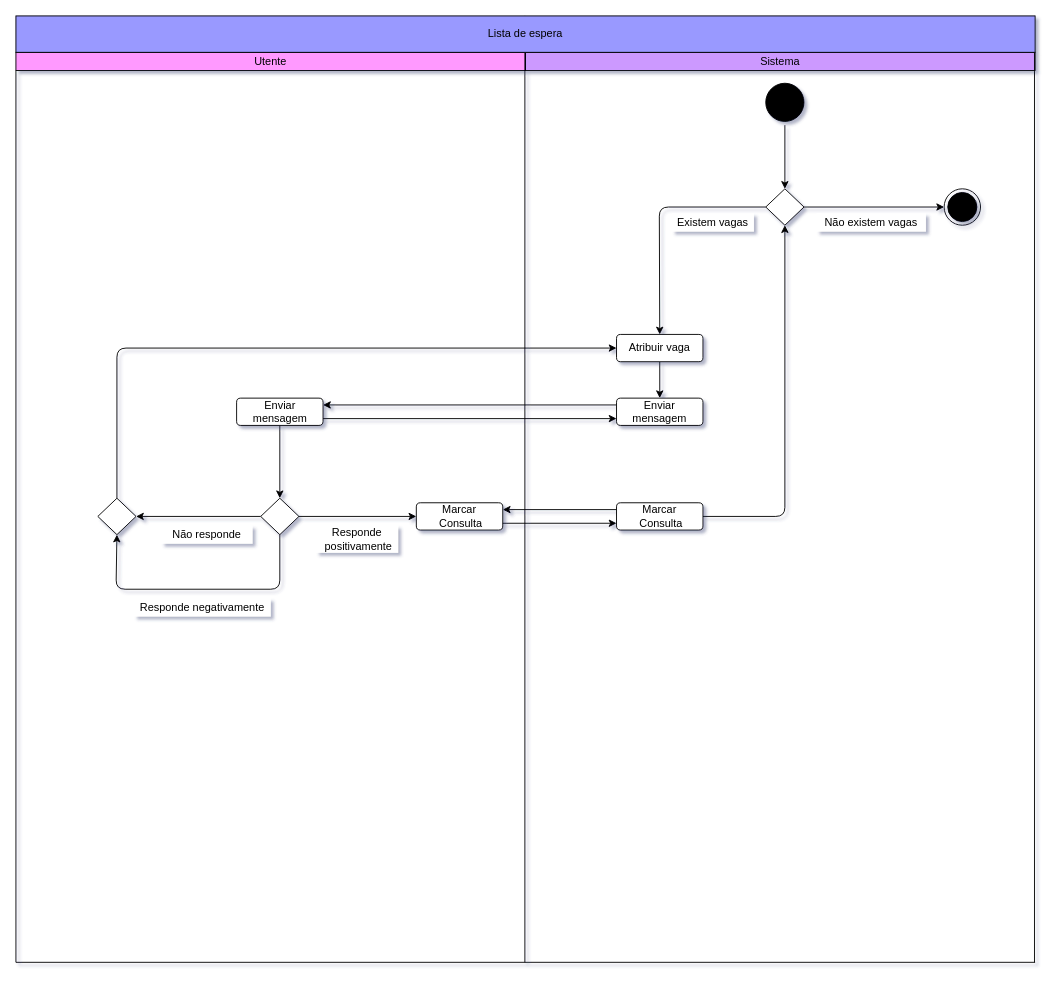
The draw.io diagram Diagrama de Atividades - Lista de espera.drawio in getSierralta/Si-Centro-Hospitalar-Upskill, before the edit. Source tidied: cells renumbered, new cells numbered last; positions are measured from the earlier drawing's top-left corner, leaving out a move shared by most shapes. Both pictures are drawn from the tidied source at 91%, with x=0, y=0 at pixel (15, 15).
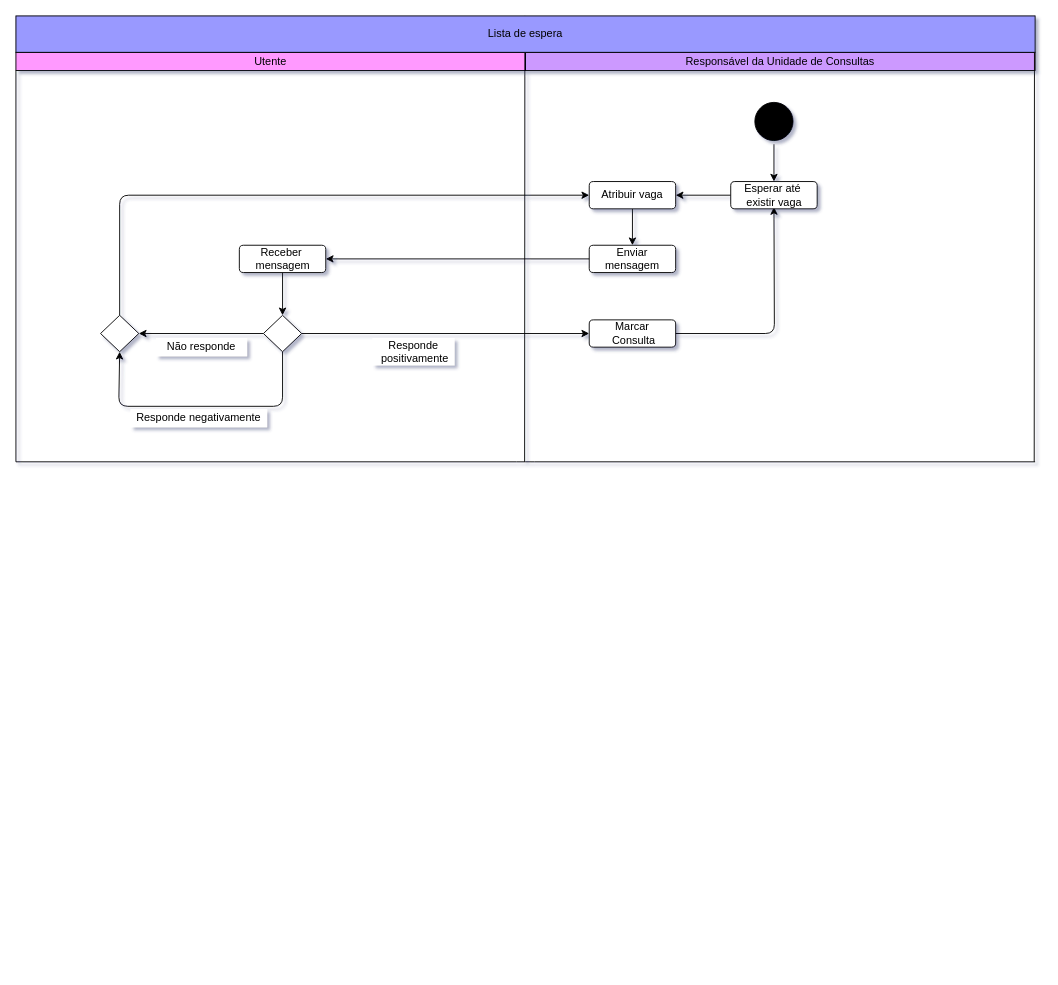
Above is the later version.

The change refers to these unchanged cells:
```xml
<mxCell id="2" value="Utente" style="rounded=0;whiteSpace=wrap;html=1;fillColor=#FF99FF;" parent="1" vertex="1">
  <mxGeometry y="40" width="560" height="20" as="geometry" />
</mxCell>
```

The edit, as a diff of the source:
```diff
@@
-    <mxCell id="3" value="Sistema" style="rounded=0;whiteSpace=wrap;html=1;fillColor=#CC99FF;" parent="1" vertex="1">
+    <mxCell id="3" value="Responsável da Unidade de Consultas " style="rounded=0;whiteSpace=wrap;html=1;fillColor=#CC99FF;" parent="1" vertex="1">
       <mxGeometry x="560" y="40" width="560" height="20" as="geometry" />
     </mxCell>
     <mxCell id="4" style="endArrow=none;html=1;entryX=0;entryY=1;entryDx=0;entryDy=0;" parent="1" edge="1">
       <mxGeometry relative="1" as="geometry">
-        <mxPoint x="1119.3" y="1040" as="sourcePoint" />
+        <mxPoint x="1119" y="490" as="sourcePoint" />
         <mxPoint x="1119.3" as="targetPoint" />
       </mxGeometry>
     </mxCell>
     <mxCell id="5" style="endArrow=none;html=1;entryX=0;entryY=1;entryDx=0;entryDy=0;" parent="1" edge="1">
       <mxGeometry relative="1" as="geometry">
-        <mxPoint x="559.3" y="1040" as="sourcePoint" />
+        <mxPoint x="559" y="490" as="sourcePoint" />
         <mxPoint x="559.3" as="targetPoint" />
       </mxGeometry>
     </mxCell>
@@
     <mxCell id="7" style="endArrow=none;html=1;" parent="1" edge="1">
       <mxGeometry relative="1" as="geometry">
-        <mxPoint y="1040" as="sourcePoint" />
-        <mxPoint x="1120" y="1040" as="targetPoint" />
+        <mxPoint y="490" as="sourcePoint" />
+        <mxPoint x="1120" y="490" as="targetPoint" />
+        <Array as="points">
+          <mxPoint x="560" y="490" />
+        </Array>
       </mxGeometry>
     </mxCell>
     <mxCell id="8" style="endArrow=none;html=1;shadow=0;strokeColor=#000000;entryX=0;entryY=1;entryDx=0;entryDy=0;" parent="1" edge="1" target="2">
       <mxGeometry relative="1" as="geometry">
-        <mxPoint y="1040" as="sourcePoint" />
+        <mxPoint y="490" as="sourcePoint" />
       </mxGeometry>
     </mxCell>
-    <mxCell id="9" style="edgeStyle=orthogonalEdgeStyle;rounded=0;jettySize=auto;html=1;" parent="1" edge="1" source="10" target="33">
+    <mxCell id="9" style="edgeStyle=orthogonalEdgeStyle;rounded=0;jettySize=auto;html=1;entryX=0.5;entryY=0;entryDx=0;entryDy=0;" parent="1" edge="1" source="10" target="39">
       <mxGeometry relative="1" as="geometry" />
     </mxCell>
     <mxCell id="10" style="ellipse;html=1;shape=startState;fillColor=#000000;" parent="1" vertex="1">
-      <mxGeometry x="820" y="70" width="50" height="50" as="geometry" />
+      <mxGeometry x="808" y="91" width="50" height="50" as="geometry" />
     </mxCell>
@@
     <mxCell id="12" value="Atribuir vaga" style="rounded=1;whiteSpace=wrap;html=1;strokeColor=#000000;fillColor=#FFFFFF;" parent="1" vertex="1">
-      <mxGeometry x="660" y="350" width="95" height="30" as="geometry" />
+      <mxGeometry x="630" y="182" width="95" height="30" as="geometry" />
     </mxCell>
     <mxCell id="13" value="Enviar mensagem" style="rounded=1;whiteSpace=wrap;html=1;strokeColor=#000000;fillColor=#FFFFFF;" parent="1" vertex="1">
-      <mxGeometry x="660" y="420" width="95" height="30" as="geometry" />
+      <mxGeometry x="630" y="252" width="95" height="30" as="geometry" />
     </mxCell>
@@
-    <mxCell id="15" value="Enviar mensagem" style="rounded=1;whiteSpace=wrap;html=1;strokeColor=#000000;fillColor=#FFFFFF;" parent="1" vertex="1">
-      <mxGeometry x="242.5" y="420" width="95" height="30" as="geometry" />
+    <mxCell id="15" value="Receber&amp;nbsp;&lt;br&gt;mensagem" style="rounded=1;whiteSpace=wrap;html=1;strokeColor=#000000;fillColor=#FFFFFF;" parent="1" vertex="1">
+      <mxGeometry x="245.5" y="252" width="95" height="30" as="geometry" />
     </mxCell>
-    <mxCell id="16" style="endArrow=classic;html=1;shadow=0;strokeColor=#000000;exitX=0;exitY=0.25;exitDx=0;exitDy=0;entryX=1;entryY=0.25;entryDx=0;entryDy=0;" parent="1" edge="1" source="13" target="15">
+    <mxCell id="16" style="endArrow=classic;html=1;shadow=0;strokeColor=#000000;exitX=0;exitY=0.5;exitDx=0;exitDy=0;entryX=1;entryY=0.5;entryDx=0;entryDy=0;" parent="1" edge="1" source="13" target="15">
       <mxGeometry relative="1" as="geometry" />
     </mxCell>
-    <mxCell id="17" style="endArrow=classic;html=1;shadow=0;strokeColor=#000000;exitX=1;exitY=0.75;exitDx=0;exitDy=0;entryX=0;entryY=0.75;entryDx=0;entryDy=0;" parent="1" edge="1" source="15" target="13">
-      <mxGeometry relative="1" as="geometry" />
-    </mxCell>
@@
-    <mxCell id="19" style="edgeStyle=orthogonalEdgeStyle;rounded=1;jettySize=auto;html=1;entryX=0;entryY=0.5;entryDx=0;entryDy=0;shadow=0;strokeColor=#000000;" parent="1" edge="1" source="20" target="26">
+    <mxCell id="19" style="edgeStyle=orthogonalEdgeStyle;rounded=1;jettySize=auto;html=1;entryX=0;entryY=0.5;entryDx=0;entryDy=0;shadow=0;strokeColor=#000000;" parent="1" edge="1" source="20" target="27">
       <mxGeometry relative="1" as="geometry" />
     </mxCell>
     <mxCell id="20" style="rhombus;whiteSpace=wrap;html=1;strokeColor=#000000;fillColor=#FFFFFF;" parent="1" vertex="1">
-      <mxGeometry x="269" y="530" width="42" height="40" as="geometry" />
+      <mxGeometry x="272" y="329" width="42" height="40" as="geometry" />
     </mxCell>
     <mxCell id="21" style="rhombus;whiteSpace=wrap;html=1;strokeColor=#000000;fillColor=#FFFFFF;" parent="1" vertex="1">
-      <mxGeometry x="90" y="530" width="42" height="40" as="geometry" />
+      <mxGeometry x="93" y="329" width="42" height="40" as="geometry" />
     </mxCell>
     <mxCell id="22" style="endArrow=classic;html=1;shadow=0;strokeColor=#000000;exitX=0.5;exitY=1;exitDx=0;exitDy=0;entryX=0.5;entryY=1;entryDx=0;entryDy=0;" parent="1" edge="1" source="20" target="21">
       <mxGeometry relative="1" as="geometry">
         <Array as="points">
-          <mxPoint x="290" y="630" />
-          <mxPoint x="110" y="630" />
+          <mxPoint x="293" y="429" />
+          <mxPoint x="113" y="429" />
         </Array>
       </mxGeometry>
     </mxCell>
     <mxCell id="23" value="Não responde" style="text;html=1;strokeColor=none;align=center;verticalAlign=middle;whiteSpace=wrap;rounded=0;fillColor=#ffffff;" parent="1" vertex="1">
-      <mxGeometry x="160" y="560" width="100" height="20" as="geometry" />
+      <mxGeometry x="154" y="354" width="100" height="20" as="geometry" />
     </mxCell>
     <mxCell id="24" value="Responde negativamente" style="text;html=1;strokeColor=none;align=center;verticalAlign=middle;whiteSpace=wrap;rounded=0;fillColor=#ffffff;" parent="1" vertex="1">
-      <mxGeometry x="130" y="640" width="150" height="20" as="geometry" />
+      <mxGeometry x="126" y="432" width="150" height="20" as="geometry" />
     </mxCell>
     <mxCell id="25" style="endArrow=classic;html=1;shadow=0;strokeColor=#000000;exitX=0.5;exitY=0;exitDx=0;exitDy=0;entryX=0;entryY=0.5;entryDx=0;entryDy=0;" parent="1" edge="1" source="21" target="12">
       <mxGeometry relative="1" as="geometry">
         <Array as="points">
-          <mxPoint x="111" y="365" />
+          <mxPoint x="114" y="197" />
         </Array>
       </mxGeometry>
     </mxCell>
-    <mxCell id="26" value="Marcar&lt;br&gt;&amp;nbsp;Consulta" style="rounded=1;whiteSpace=wrap;html=1;strokeColor=#000000;fillColor=#FFFFFF;" parent="1" vertex="1">
-      <mxGeometry x="440" y="535" width="95" height="30" as="geometry" />
-    </mxCell>
     <mxCell id="27" value="Marcar&lt;br&gt;&amp;nbsp;Consulta" style="rounded=1;whiteSpace=wrap;html=1;strokeColor=#000000;fillColor=#FFFFFF;" parent="1" vertex="1">
-      <mxGeometry x="660" y="535" width="95" height="30" as="geometry" />
+      <mxGeometry x="630" y="334" width="95" height="30" as="geometry" />
     </mxCell>
     <mxCell id="28" value="Responde&lt;br&gt;&amp;nbsp;positivamente" style="text;html=1;strokeColor=none;align=center;verticalAlign=middle;whiteSpace=wrap;rounded=0;fillColor=#ffffff;" parent="1" vertex="1">
-      <mxGeometry x="330" y="560" width="90" height="30" as="geometry" />
+      <mxGeometry x="392" y="354" width="90" height="30" as="geometry" />
     </mxCell>
-    <mxCell id="29" style="endArrow=classic;html=1;shadow=0;strokeColor=#000000;exitX=0;exitY=0.25;exitDx=0;exitDy=0;entryX=1;entryY=0.25;entryDx=0;entryDy=0;" parent="1" edge="1" source="27" target="26">
-      <mxGeometry relative="1" as="geometry" />
-    </mxCell>
-    <mxCell id="30" style="endArrow=classic;html=1;shadow=0;strokeColor=#000000;exitX=1;exitY=0.75;exitDx=0;exitDy=0;entryX=0;entryY=0.75;entryDx=0;entryDy=0;" parent="1" edge="1" source="26" target="27">
-      <mxGeometry relative="1" as="geometry" />
-    </mxCell>
-    <mxCell id="31" style="ellipse;html=1;shape=endState;fillColor=#000000;" parent="1" vertex="1">
-      <mxGeometry x="1020" y="190" width="40" height="40" as="geometry" />
-    </mxCell>
-    <mxCell id="32" style="edgeStyle=orthogonalEdgeStyle;rounded=0;jettySize=auto;html=1;entryX=0;entryY=0.5;entryDx=0;entryDy=0;" parent="1" edge="1" source="33" target="31">
-      <mxGeometry relative="1" as="geometry" />
-    </mxCell>
-    <mxCell id="33" style="rhombus;whiteSpace=wrap;html=1;strokeColor=#000000;fillColor=#FFFFFF;" parent="1" vertex="1">
-      <mxGeometry x="824" y="190" width="42" height="40" as="geometry" />
-    </mxCell>
-    <mxCell id="34" style="edgeStyle=orthogonalEdgeStyle;rounded=1;jettySize=auto;html=1;shadow=0;strokeColor=#000000;" parent="1" edge="1" source="27" target="33">
-      <mxGeometry relative="1" as="geometry" />
+    <mxCell id="34" style="edgeStyle=orthogonalEdgeStyle;rounded=1;jettySize=auto;html=1;shadow=0;strokeColor=#000000;" parent="1" edge="1" source="27">
+      <mxGeometry relative="1" as="geometry">
+        <mxPoint x="833" y="210" as="targetPoint" />
+      </mxGeometry>
     </mxCell>
-    <mxCell id="35" value="Existem vagas" style="text;html=1;strokeColor=none;align=center;verticalAlign=middle;whiteSpace=wrap;rounded=0;fillColor=#ffffff;" parent="1" vertex="1">
-      <mxGeometry x="721" y="217" width="90" height="20" as="geometry" />
-    </mxCell>
-    <mxCell id="36" value="Não existem vagas" style="text;html=1;strokeColor=none;align=center;verticalAlign=middle;whiteSpace=wrap;rounded=0;fillColor=#ffffff;" parent="1" vertex="1">
-      <mxGeometry x="880" y="217" width="120" height="20" as="geometry" />
-    </mxCell>
-    <mxCell id="37" style="endArrow=classic;html=1;exitX=0;exitY=0.5;exitDx=0;exitDy=0;entryX=0.5;entryY=0;entryDx=0;entryDy=0;" parent="1" edge="1" source="33" target="12">
-      <mxGeometry relative="1" as="geometry">
-        <Array as="points">
-          <mxPoint x="707" y="210" />
-        </Array>
-      </mxGeometry>
-    </mxCell>
+    <mxCell id="38" style="edgeStyle=orthogonalEdgeStyle;rounded=0;jettySize=auto;html=1;entryX=1;entryY=0.5;entryDx=0;entryDy=0;" parent="1" edge="1" source="39" target="12">
+      <mxGeometry relative="1" as="geometry" />
+    </mxCell>
+    <mxCell id="39" value="Esperar até&amp;nbsp;&lt;br&gt;existir vaga" style="rounded=1;whiteSpace=wrap;html=1;strokeColor=#000000;fillColor=#FFFFFF;" parent="1" vertex="1">
+      <mxGeometry x="785.5" y="182" width="95" height="30" as="geometry" />
+    </mxCell>
```
